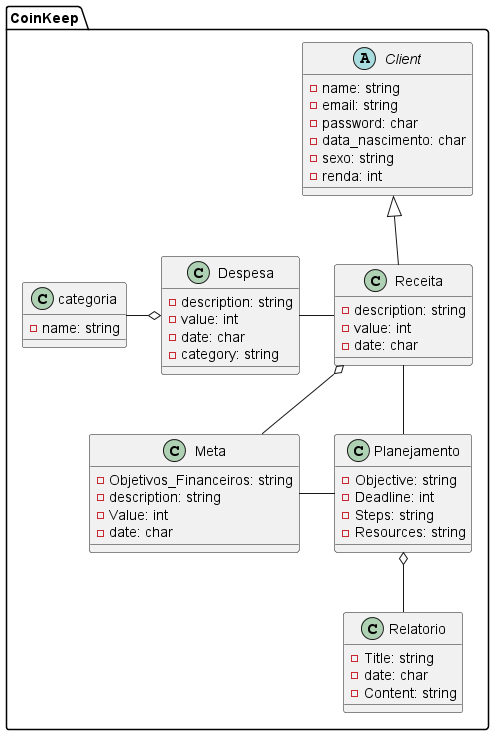
This is Docs/modeloconceitual/modconceit.png from Guisandroni/Projeto-de-Eng.Soft2, a PlantUML export, as it was before one commit.
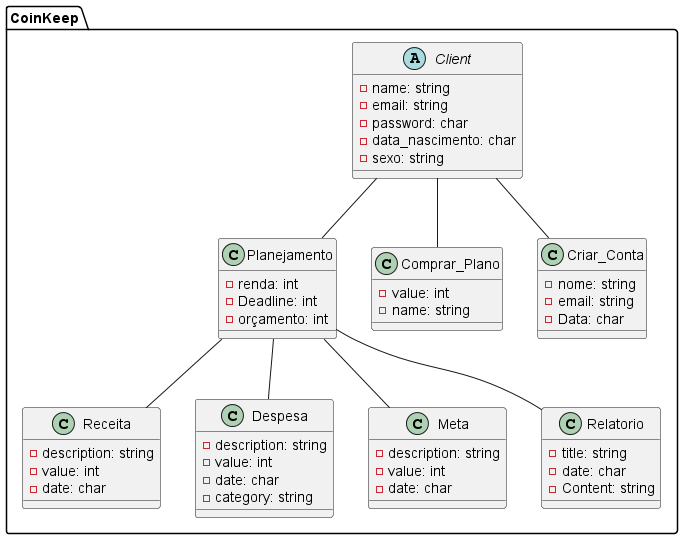
The same file after the commit.

What changed in the source:
```diff
@@ -8,7 +8,7 @@
     - password: char
     - data_nascimento: char
     - sexo: string
-    - renda: int
+
 
   }
 
@@ -26,38 +26,44 @@
   }
 
   class Meta {
-    - Objetivos_Financeiros: string
     - description: string
-    - Value: int
+    - value: int
     - date: char
 
   }
 
   class Relatorio {
-    - Title: string
+    - title: string
     - date: char
     - Content: string
   }
 
   class Planejamento {
-    - Objective: string
+    - renda: int
     - Deadline: int
-    - Steps: string
-    - Resources: string
-  }
-  class categoria{
-      - name: string
+    - orçamento: int
   }
 
 
+ class Comprar_Plano{
+  - value: int
+  - name: string
+ }
 
-  Client  <|-- Receita
-  Despesa o-l-   categoria
-  Planejamento o-- Relatorio
-  Receita o-- Meta
-  Receita -l- Despesa
-  Planejamento -- Receita
-  Meta -r- Planejamento
+
+  Class Criar_Conta{
+    - nome: string
+    - email: string
+    - Data: char
+  }
+ Planejamento -- Receita
+ Planejamento -- Despesa
+ Client -- Planejamento
+ Planejamento-- Meta
+Planejamento -- Relatorio
+ Client -- Criar_Conta
+ Client -- Comprar_Plano
+
 }
 
 @enduml
```
